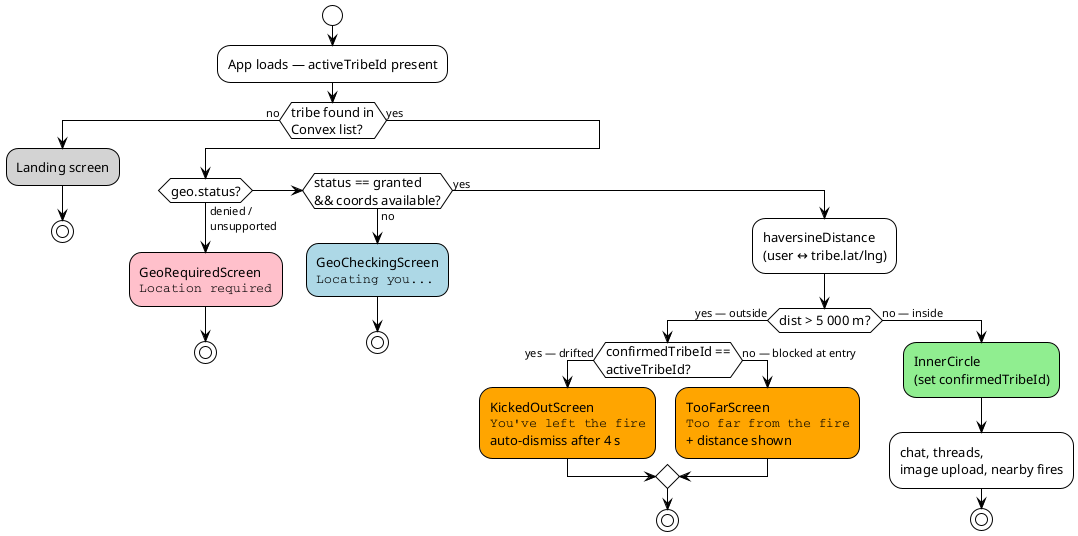
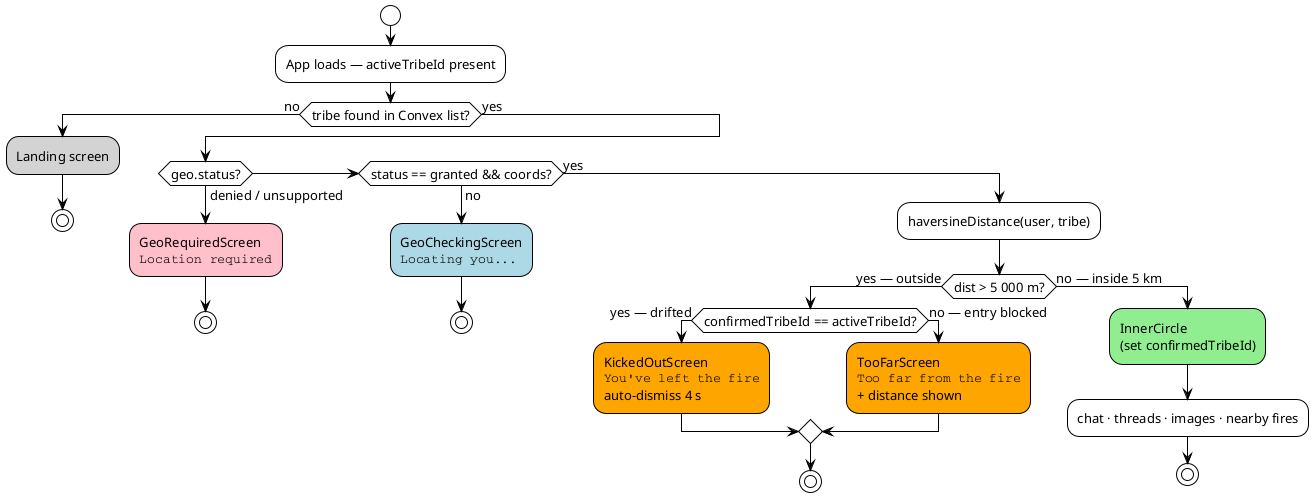
@startuml geofence-gate
!theme plain
- skinparam defaultFontName monospace
- skinparam ActivityFontSize 13
+ <style>
+ activityDiagram {
+   FontName monospace
+   FontSize 13
+ }
+ </style>

start

:App loads — activeTribeId present;

- if (tribe found in\nConvex list?) then (no)
+ if (tribe found in Convex list?) then (no)
  #LightGray:Landing screen;
  stop
else (yes)
-   if (geo.status?) then (denied /\nunsupported)
+   if (geo.status?) then (denied / unsupported)
    #Pink:GeoRequiredScreen\n""Location required"";
    stop
-   elseif (status == granted\n&& coords available?) then (no)
+   elseif (status == granted && coords?) then (no)
    #LightBlue:GeoCheckingScreen\n""Locating you..."";
    stop
  else (yes)
-     :haversineDistance\n(user ↔ tribe.lat/lng);
+     :haversineDistance(user, tribe);
    if (dist > 5 000 m?) then (yes — outside)
-       if (confirmedTribeId ==\nactiveTribeId?) then (yes — drifted)
-         #Orange:KickedOutScreen\n""You've left the fire""\nauto-dismiss after 4 s;
-       else (no — blocked at entry)
+       if (confirmedTribeId == activeTribeId?) then (yes — drifted)
+         #Orange:KickedOutScreen\n""You've left the fire""\nauto-dismiss 4 s;
+       else (no — entry blocked)
        #Orange:TooFarScreen\n""Too far from the fire""\n+ distance shown;
      endif
      stop
-     else (no — inside)
+     else (no — inside 5 km)
      #LightGreen:InnerCircle\n(set confirmedTribeId);
-       :chat, threads,\nimage upload, nearby fires;
+       :chat · threads · images · nearby fires;
      stop
    endif
  endif
endif

@enduml
